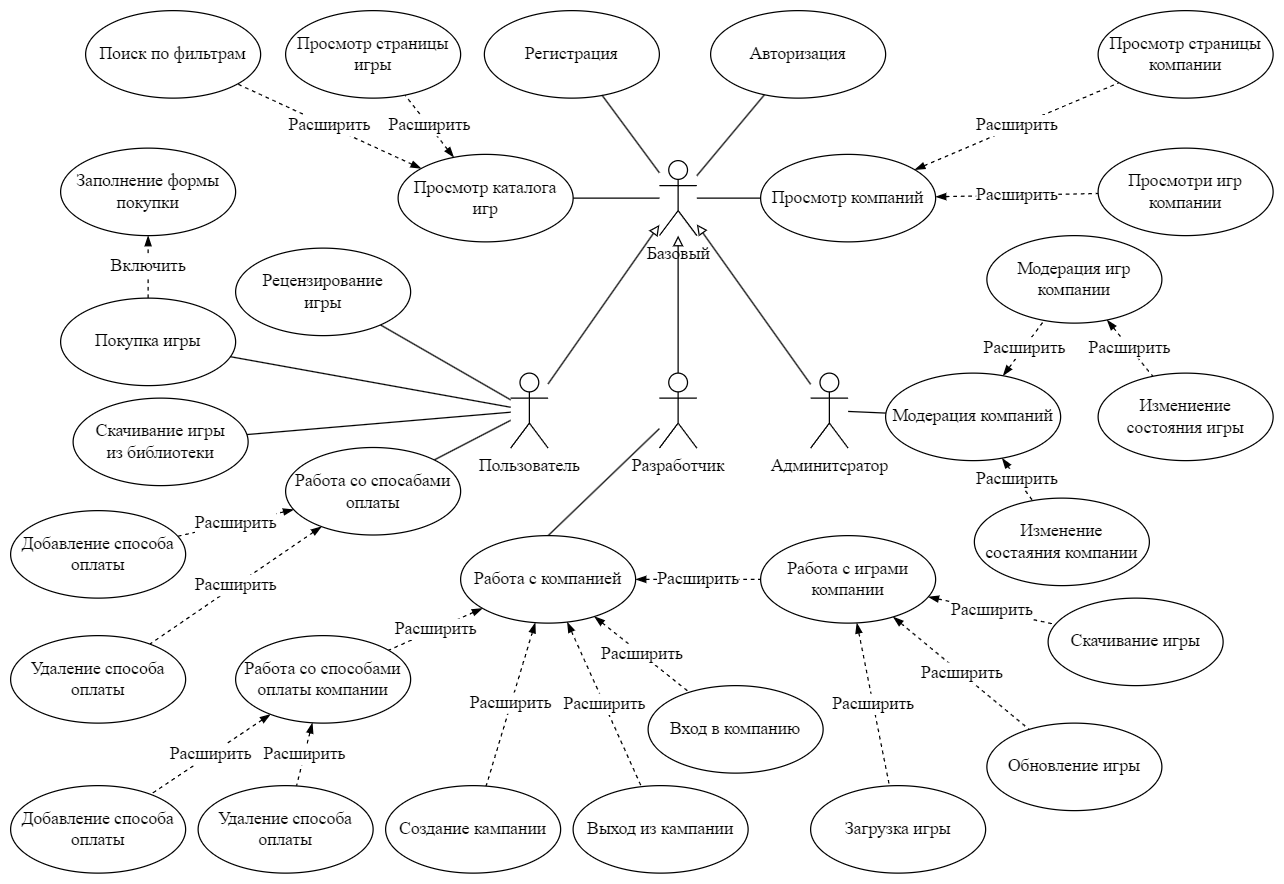
Earlier version of the draw.io export USE_CASE_UML.drawio.png (DioMain/Node.js-Cursovoi). Source tidied: cells renumbered, new cells last; positions are measured from the earlier drawing's top-left corner, leaving out a move shared by most shapes.
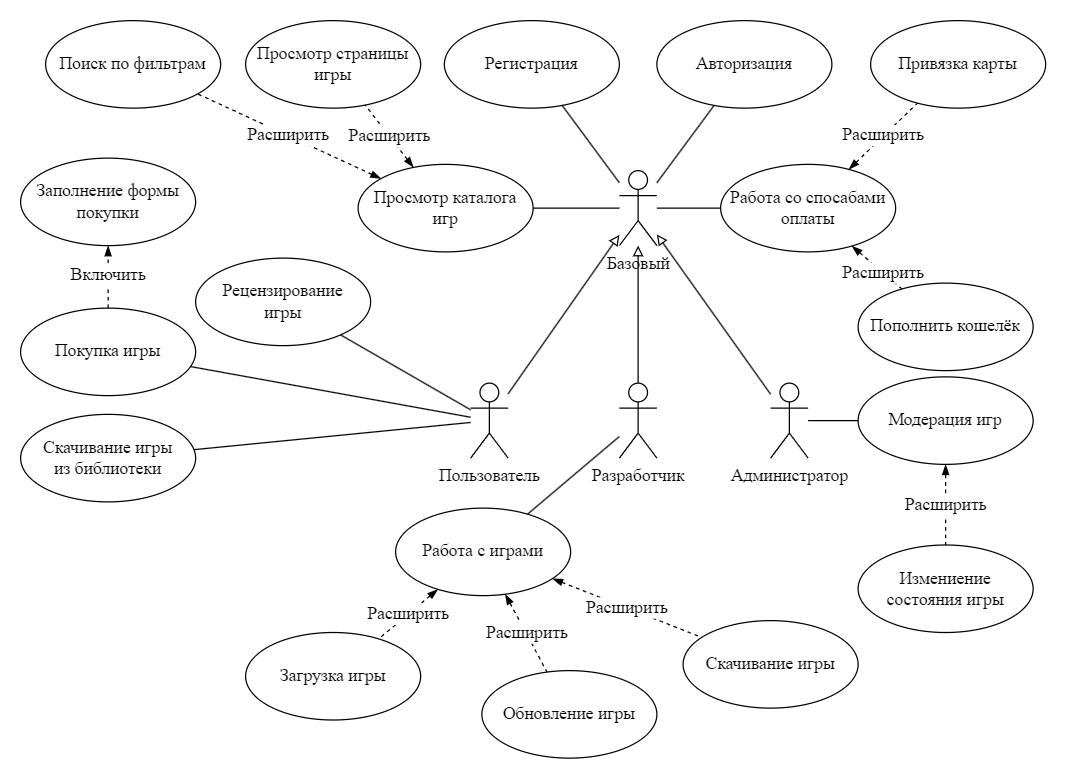
The same diagram one commit later.

What changed in the source:
```diff
@@ -16,5 +16,2 @@
     </mxCell>
-    <mxCell id="6" style="edgeStyle=none;shape=connector;rounded=0;jettySize=auto;html=1;labelBackgroundColor=default;strokeColor=default;align=center;verticalAlign=middle;fontFamily=Helvetica;fontSize=11;fontColor=default;endArrow=none;endFill=0;" parent="1" edge="1" source="7" target="61">
-      <mxGeometry relative="1" as="geometry" />
-    </mxCell>
     <mxCell id="7" value="Пользователь" style="shape=umlActor;verticalLabelPosition=bottom;verticalAlign=top;html=1;fontFamily=Times New Roman;fontSize=14;" parent="1" vertex="1">
@@ -22,3 +19,3 @@
     </mxCell>
-    <mxCell id="8" style="edgeStyle=none;shape=connector;rounded=0;jettySize=auto;html=1;labelBackgroundColor=default;strokeColor=default;align=center;verticalAlign=middle;fontFamily=Helvetica;fontSize=11;fontColor=default;endArrow=none;endFill=0;" parent="1" edge="1" source="10" target="38">
+    <mxCell id="8" style="edgeStyle=none;shape=connector;rounded=0;jettySize=auto;html=1;labelBackgroundColor=default;strokeColor=default;align=center;verticalAlign=middle;fontFamily=Helvetica;fontSize=11;fontColor=default;endArrow=none;endFill=0;" parent="1" edge="1" source="10" target="51">
       <mxGeometry relative="1" as="geometry" />
@@ -28,8 +25,5 @@
     </mxCell>
-    <mxCell id="10" value="Админитсратор" style="shape=umlActor;verticalLabelPosition=bottom;verticalAlign=top;html=1;fontFamily=Times New Roman;fontSize=14;" parent="1" vertex="1">
+    <mxCell id="10" value="Администратор" style="shape=umlActor;verticalLabelPosition=bottom;verticalAlign=top;html=1;fontFamily=Times New Roman;fontSize=14;" parent="1" vertex="1">
       <mxGeometry x="640" y="290" width="30" height="60" as="geometry" />
     </mxCell>
-    <mxCell id="11" style="edgeStyle=none;shape=connector;rounded=0;jettySize=auto;html=1;entryX=0.5;entryY=0;entryDx=0;entryDy=0;labelBackgroundColor=default;strokeColor=default;align=center;verticalAlign=middle;fontFamily=Helvetica;fontSize=11;fontColor=default;endArrow=none;endFill=0;" parent="1" edge="1" source="13" target="32">
-      <mxGeometry relative="1" as="geometry" />
-    </mxCell>
     <mxCell id="12" style="edgeStyle=none;shape=connector;rounded=0;jettySize=auto;html=1;labelBackgroundColor=default;strokeColor=default;align=center;verticalAlign=middle;fontFamily=Helvetica;fontSize=11;fontColor=default;endArrow=block;endFill=0;" parent="1" edge="1" source="13" target="20">
@@ -37,2 +31,5 @@
     </mxCell>
+    <mxCell id="69" style="edgeStyle=none;rounded=0;jettySize=auto;html=1;endArrow=none;endFill=0;" parent="1" edge="1" source="13" target="42">
+      <mxGeometry relative="1" as="geometry" />
+    </mxCell>
     <mxCell id="13" value="Разработчик" style="shape=umlActor;verticalLabelPosition=bottom;verticalAlign=top;html=1;fontFamily=Times New Roman;fontSize=14;" parent="1" vertex="1">
@@ -44,3 +41,3 @@
     <mxCell id="15" value="Авторизация" style="ellipse;whiteSpace=wrap;html=1;fontFamily=Times New Roman;fontSize=14;" parent="1" vertex="1">
-      <mxGeometry x="560" width="140" height="70" as="geometry" />
+      <mxGeometry x="549" width="140" height="70" as="geometry" />
     </mxCell>
@@ -55,5 +52,5 @@
     </mxCell>
-    <mxCell id="19" style="edgeStyle=none;shape=connector;rounded=0;jettySize=auto;html=1;labelBackgroundColor=default;strokeColor=default;align=center;verticalAlign=middle;fontFamily=Helvetica;fontSize=11;fontColor=default;endArrow=none;endFill=0;" parent="1" edge="1" source="20" target="45">
-      <mxGeometry relative="1" as="geometry" />
-    </mxCell>
+    <mxCell id="70" style="edgeStyle=none;rounded=0;jettySize=auto;html=1;endArrow=none;endFill=0;" parent="1" edge="1" source="20" target="61">
+      <mxGeometry relative="1" as="geometry" />
+    </mxCell>
     <mxCell id="20" value="Базовый" style="shape=umlActor;verticalLabelPosition=bottom;verticalAlign=top;html=1;fontFamily=Times New Roman;fontSize=14;" parent="1" vertex="1">
@@ -77,40 +74,9 @@
     <mxCell id="26" value="Скачивание игры&lt;br&gt;из библиотеки" style="ellipse;whiteSpace=wrap;html=1;fontFamily=Times New Roman;fontSize=14;" parent="1" vertex="1">
-      <mxGeometry x="50" y="310" width="140" height="70" as="geometry" />
+      <mxGeometry x="40" y="315" width="140" height="70" as="geometry" />
     </mxCell>
-    <mxCell id="27" value="Расширить" style="edgeStyle=none;shape=connector;rounded=0;jettySize=auto;html=1;labelBackgroundColor=default;strokeColor=default;align=center;verticalAlign=middle;fontFamily=Times New Roman;fontSize=14;fontColor=default;endArrow=none;endFill=0;dashed=1;startArrow=blockThin;startFill=1;" parent="1" edge="1" source="32" target="42">
-      <mxGeometry relative="1" as="geometry" />
-    </mxCell>
-    <mxCell id="28" value="Расширить" style="edgeStyle=none;shape=connector;rounded=0;jettySize=auto;html=1;labelBackgroundColor=default;strokeColor=default;align=center;verticalAlign=middle;fontFamily=Times New Roman;fontSize=14;fontColor=default;endArrow=none;endFill=0;dashed=1;startArrow=blockThin;startFill=1;" parent="1" edge="1" source="32" target="33">
-      <mxGeometry x="-0.01" relative="1" as="geometry" />
-    </mxCell>
-    <mxCell id="29" value="Расширить" style="edgeStyle=none;shape=connector;rounded=0;jettySize=auto;html=1;labelBackgroundColor=default;strokeColor=default;align=center;verticalAlign=middle;fontFamily=Times New Roman;fontSize=14;fontColor=default;endArrow=none;endFill=0;dashed=1;startArrow=blockThin;startFill=1;" parent="1" edge="1" source="32" target="34">
-      <mxGeometry relative="1" as="geometry" />
-    </mxCell>
-    <mxCell id="30" value="&lt;span style=&quot;color: rgb(0, 0, 0); font-size: 14px; font-style: normal; font-variant-ligatures: normal; font-variant-caps: normal; font-weight: 400; letter-spacing: normal; orphans: 2; text-align: center; text-indent: 0px; text-transform: none; widows: 2; word-spacing: 0px; -webkit-text-stroke-width: 0px; background-color: rgb(255, 255, 255); text-decoration-thickness: initial; text-decoration-style: initial; text-decoration-color: initial; float: none; display: inline !important;&quot;&gt;Расширить&lt;/span&gt;" style="edgeStyle=none;shape=connector;rounded=0;jettySize=auto;html=1;labelBackgroundColor=default;strokeColor=default;align=center;verticalAlign=middle;fontFamily=Times New Roman;fontSize=14;fontColor=default;endArrow=none;endFill=0;dashed=1;startArrow=blockThin;startFill=1;" parent="1" edge="1" source="32" target="35">
-      <mxGeometry relative="1" as="geometry" />
-    </mxCell>
-    <mxCell id="31" value="Расширить" style="edgeStyle=none;shape=connector;rounded=0;jettySize=auto;html=1;dashed=1;labelBackgroundColor=default;strokeColor=default;align=center;verticalAlign=middle;fontFamily=Times New Roman;fontSize=14;fontColor=default;endArrow=none;endFill=0;startArrow=blockThin;startFill=1;" parent="1" edge="1" source="32" target="66">
-      <mxGeometry relative="1" as="geometry" />
-    </mxCell>
-    <mxCell id="32" value="Работа с компанией" style="ellipse;whiteSpace=wrap;html=1;fontFamily=Times New Roman;fontSize=14;" parent="1" vertex="1">
-      <mxGeometry x="360" y="420" width="140" height="70" as="geometry" />
-    </mxCell>
-    <mxCell id="33" value="Создание кампании" style="ellipse;whiteSpace=wrap;html=1;fontFamily=Times New Roman;fontSize=14;" parent="1" vertex="1">
-      <mxGeometry x="300" y="620" width="140" height="70" as="geometry" />
-    </mxCell>
-    <mxCell id="34" value="Вход в компанию" style="ellipse;whiteSpace=wrap;html=1;fontFamily=Times New Roman;fontSize=14;" parent="1" vertex="1">
-      <mxGeometry x="510" y="540" width="140" height="70" as="geometry" />
-    </mxCell>
-    <mxCell id="35" value="Выход из кампании" style="ellipse;whiteSpace=wrap;html=1;fontFamily=Times New Roman;fontSize=14;" parent="1" vertex="1">
-      <mxGeometry x="450" y="620" width="140" height="70" as="geometry" />
-    </mxCell>
-    <mxCell id="36" value="&lt;span style=&quot;color: rgb(0, 0, 0); font-family: &amp;quot;Times New Roman&amp;quot;; font-size: 14px; font-style: normal; font-variant-ligatures: normal; font-variant-caps: normal; font-weight: 400; letter-spacing: normal; orphans: 2; text-align: center; text-indent: 0px; text-transform: none; widows: 2; word-spacing: 0px; -webkit-text-stroke-width: 0px; background-color: rgb(255, 255, 255); text-decoration-thickness: initial; text-decoration-style: initial; text-decoration-color: initial; float: none; display: inline !important;&quot;&gt;Расширить&lt;/span&gt;" style="edgeStyle=none;shape=connector;rounded=0;jettySize=auto;html=1;labelBackgroundColor=default;strokeColor=default;align=center;verticalAlign=middle;fontFamily=Times New Roman;fontSize=14;fontColor=default;endArrow=none;endFill=0;dashed=1;startArrow=blockThin;startFill=1;" parent="1" edge="1" source="38" target="51">
-      <mxGeometry relative="1" as="geometry" />
-    </mxCell>
-    <mxCell id="37" value="Расширить" style="edgeStyle=none;shape=connector;rounded=0;jettySize=auto;html=1;labelBackgroundColor=default;strokeColor=default;align=center;verticalAlign=middle;fontFamily=Times New Roman;fontSize=14;fontColor=default;endArrow=none;endFill=0;dashed=1;startArrow=blockThin;startFill=1;" parent="1" edge="1" source="38" target="53">
-      <mxGeometry relative="1" as="geometry" />
+    <mxCell id="37" value="Расширить" style="edgeStyle=none;shape=connector;rounded=0;orthogonalLoop=1;jettySize=auto;html=1;labelBackgroundColor=default;strokeColor=default;align=center;verticalAlign=middle;fontFamily=Times New Roman;fontSize=14;fontColor=default;endArrow=none;endFill=0;dashed=1;startArrow=blockThin;startFill=1;" parent="1" edge="1">
+      <mxGeometry relative="1" as="geometry">
+        <mxPoint x="793.5" y="358" as="sourcePoint" />
+      </mxGeometry>
     </mxCell>
-    <mxCell id="38" value="Модерация компаний" style="ellipse;whiteSpace=wrap;html=1;fontFamily=Times New Roman;fontSize=14;" parent="1" vertex="1">
-      <mxGeometry x="700" y="290" width="140" height="70" as="geometry" />
-    </mxCell>
     <mxCell id="39" value="Расширить" style="edgeStyle=none;shape=connector;rounded=0;jettySize=auto;html=1;labelBackgroundColor=default;strokeColor=default;align=center;verticalAlign=middle;fontFamily=Times New Roman;fontSize=14;fontColor=default;endArrow=none;endFill=0;dashed=1;startArrow=blockThin;startFill=1;" parent="1" edge="1" source="42" target="47">
@@ -124,22 +90,23 @@
     </mxCell>
-    <mxCell id="42" value="Работа с играми&lt;br&gt;компании" style="ellipse;whiteSpace=wrap;html=1;fontFamily=Times New Roman;fontSize=14;" parent="1" vertex="1">
-      <mxGeometry x="600" y="420" width="140" height="70" as="geometry" />
+    <mxCell id="42" value="Работа с играми" style="ellipse;whiteSpace=wrap;html=1;fontFamily=Times New Roman;fontSize=14;" parent="1" vertex="1">
+      <mxGeometry x="340" y="390" width="140" height="70" as="geometry" />
     </mxCell>
-    <mxCell id="43" value="Расширить" style="edgeStyle=none;shape=connector;rounded=0;jettySize=auto;html=1;labelBackgroundColor=default;strokeColor=default;align=center;verticalAlign=middle;fontFamily=Times New Roman;fontSize=14;fontColor=default;endArrow=none;endFill=0;dashed=1;startArrow=blockThin;startFill=1;" parent="1" edge="1" source="45" target="57">
-      <mxGeometry relative="1" as="geometry" />
+    <mxCell id="43" value="Расширить" style="edgeStyle=none;shape=connector;rounded=0;orthogonalLoop=1;jettySize=auto;html=1;labelBackgroundColor=default;strokeColor=default;align=center;verticalAlign=middle;fontFamily=Times New Roman;fontSize=14;fontColor=default;endArrow=none;endFill=0;dashed=1;startArrow=blockThin;startFill=1;" parent="1" edge="1">
+      <mxGeometry relative="1" as="geometry">
+        <mxPoint x="870" y="146.3" as="targetPoint" />
+      </mxGeometry>
     </mxCell>
-    <mxCell id="44" value="Расширить" style="edgeStyle=none;shape=connector;rounded=0;jettySize=auto;html=1;dashed=1;labelBackgroundColor=default;strokeColor=default;align=center;verticalAlign=middle;fontFamily=Times New Roman;fontSize=14;fontColor=default;endArrow=none;endFill=0;startArrow=blockThin;startFill=1;" parent="1" edge="1" source="45" target="56">
-      <mxGeometry relative="1" as="geometry" />
+    <mxCell id="44" value="Расширить" style="edgeStyle=none;shape=connector;rounded=0;orthogonalLoop=1;jettySize=auto;html=1;dashed=1;labelBackgroundColor=default;strokeColor=default;align=center;verticalAlign=middle;fontFamily=Times New Roman;fontSize=14;fontColor=default;endArrow=none;endFill=0;startArrow=blockThin;startFill=1;" parent="1" edge="1">
+      <mxGeometry relative="1" as="geometry">
+        <mxPoint x="886.6" y="57.6" as="targetPoint" />
+      </mxGeometry>
     </mxCell>
-    <mxCell id="45" value="Просмотр компаний" style="ellipse;whiteSpace=wrap;html=1;fontFamily=Times New Roman;fontSize=14;" parent="1" vertex="1">
-      <mxGeometry x="600" y="115" width="140" height="70" as="geometry" />
-    </mxCell>
     <mxCell id="46" value="Загрузка игры" style="ellipse;whiteSpace=wrap;html=1;fontFamily=Times New Roman;fontSize=14;" parent="1" vertex="1">
-      <mxGeometry x="640" y="620" width="140" height="70" as="geometry" />
+      <mxGeometry x="220" y="489.5" width="140" height="70" as="geometry" />
     </mxCell>
     <mxCell id="47" value="Скачивание игры" style="ellipse;whiteSpace=wrap;html=1;fontFamily=Times New Roman;fontSize=14;" parent="1" vertex="1">
-      <mxGeometry x="830" y="470" width="140" height="70" as="geometry" />
+      <mxGeometry x="570" y="480" width="140" height="70" as="geometry" />
     </mxCell>
     <mxCell id="48" value="Обновление игры" style="ellipse;whiteSpace=wrap;html=1;fontFamily=Times New Roman;fontSize=14;" parent="1" vertex="1">
-      <mxGeometry x="781" y="570" width="140" height="70" as="geometry" />
+      <mxGeometry x="409" y="520" width="140" height="70" as="geometry" />
     </mxCell>
@@ -151,11 +118,8 @@
     </mxCell>
-    <mxCell id="51" value="Модерация игр&lt;br&gt;компании" style="ellipse;whiteSpace=wrap;html=1;fontFamily=Times New Roman;fontSize=14;" parent="1" vertex="1">
-      <mxGeometry x="781" y="180" width="140" height="70" as="geometry" />
+    <mxCell id="51" value="Модерация игр" style="ellipse;whiteSpace=wrap;html=1;fontFamily=Times New Roman;fontSize=14;" parent="1" vertex="1">
+      <mxGeometry x="710" y="285" width="140" height="70" as="geometry" />
     </mxCell>
     <mxCell id="52" value="Измениение&lt;br&gt;состояния игры" style="ellipse;whiteSpace=wrap;html=1;fontFamily=Times New Roman;fontSize=14;" parent="1" vertex="1">
-      <mxGeometry x="870" y="290" width="140" height="70" as="geometry" />
+      <mxGeometry x="710" y="419.5" width="140" height="70" as="geometry" />
     </mxCell>
-    <mxCell id="53" value="Изменение&lt;br&gt;состаяния компании" style="ellipse;whiteSpace=wrap;html=1;fontFamily=Times New Roman;fontSize=14;" parent="1" vertex="1">
-      <mxGeometry x="771" y="390" width="140" height="70" as="geometry" />
-    </mxCell>
     <mxCell id="54" value="Поиск по фильтрам" style="ellipse;whiteSpace=wrap;html=1;fontFamily=Times New Roman;fontSize=14;" parent="1" vertex="1">
@@ -166,8 +130,2 @@
     </mxCell>
-    <mxCell id="56" value="Просмотр страницы&lt;br&gt;компании" style="ellipse;whiteSpace=wrap;html=1;fontFamily=Times New Roman;fontSize=14;" parent="1" vertex="1">
-      <mxGeometry x="870" width="140" height="70" as="geometry" />
-    </mxCell>
-    <mxCell id="57" value="Просмотри игр&lt;br&gt;компании" style="ellipse;whiteSpace=wrap;html=1;fontFamily=Times New Roman;fontSize=14;" parent="1" vertex="1">
-      <mxGeometry x="870" y="110" width="140" height="70" as="geometry" />
-    </mxCell>
     <mxCell id="58" value="Заполнение формы&lt;br&gt;покупки" style="ellipse;whiteSpace=wrap;html=1;fontFamily=Times New Roman;fontSize=14;" parent="1" vertex="1">
@@ -178,29 +136,29 @@
     </mxCell>
-    <mxCell id="60" value="Расширить" style="edgeStyle=none;shape=connector;rounded=0;jettySize=auto;html=1;dashed=1;labelBackgroundColor=default;strokeColor=default;align=center;verticalAlign=middle;fontFamily=Times New Roman;fontSize=14;fontColor=default;endArrow=none;endFill=0;startArrow=blockThin;startFill=1;" parent="1" edge="1" source="61" target="63">
-      <mxGeometry relative="1" as="geometry" />
-    </mxCell>
+    <mxCell id="71" style="edgeStyle=none;shape=connector;rounded=0;jettySize=auto;html=1;dashed=1;labelBackgroundColor=default;strokeColor=default;align=center;verticalAlign=middle;fontFamily=Times New Roman;fontSize=14;fontColor=default;startArrow=blockThin;startFill=1;endArrow=none;endFill=0;" parent="1" edge="1" source="61" target="73">
+      <mxGeometry relative="1" as="geometry" />
+    </mxCell>
+    <mxCell id="72" value="Расширить" style="edgeLabel;html=1;align=center;verticalAlign=middle;fontSize=14;fontFamily=Times New Roman;fontColor=default;" parent="71" vertex="1">
+      <mxGeometry x="0.22" y="-3" relative="1" as="geometry">
+        <mxPoint x="1" y="-3" as="offset" />
+      </mxGeometry>
+    </mxCell>
     <mxCell id="61" value="Работа со спосабами&lt;br&gt;оплаты" style="ellipse;whiteSpace=wrap;html=1;fontFamily=Times New Roman;fontSize=14;" parent="1" vertex="1">
-      <mxGeometry x="220" y="349.5" width="140" height="70" as="geometry" />
+      <mxGeometry x="600" y="115" width="140" height="70" as="geometry" />
     </mxCell>
-    <mxCell id="62" value="Добавление способа&lt;br&gt;оплаты" style="ellipse;whiteSpace=wrap;html=1;fontFamily=Times New Roman;fontSize=14;" parent="1" vertex="1">
-      <mxGeometry y="400" width="140" height="70" as="geometry" />
+    <mxCell id="62" value="Привязка карты" style="ellipse;whiteSpace=wrap;html=1;fontFamily=Times New Roman;fontSize=14;" parent="1" vertex="1">
+      <mxGeometry x="720" width="140" height="70" as="geometry" />
     </mxCell>
-    <mxCell id="63" value="Удаление способа&lt;br&gt;оплаты" style="ellipse;whiteSpace=wrap;html=1;fontFamily=Times New Roman;fontSize=14;" parent="1" vertex="1">
-      <mxGeometry y="500" width="140" height="70" as="geometry" />
-    </mxCell>
-    <mxCell id="64" value="Расширить" style="edgeStyle=none;shape=connector;rounded=0;jettySize=auto;html=1;dashed=1;labelBackgroundColor=default;strokeColor=default;align=center;verticalAlign=middle;fontFamily=Times New Roman;fontSize=14;fontColor=default;endArrow=none;endFill=0;startArrow=blockThin;startFill=1;" parent="1" edge="1" source="66" target="67">
-      <mxGeometry relative="1" as="geometry" />
+    <mxCell id="64" value="Расширить" style="edgeStyle=none;shape=connector;rounded=0;orthogonalLoop=1;jettySize=auto;html=1;dashed=1;labelBackgroundColor=default;strokeColor=default;align=center;verticalAlign=middle;fontFamily=Times New Roman;fontSize=14;fontColor=default;endArrow=none;endFill=0;startArrow=blockThin;startFill=1;" parent="1" edge="1">
+      <mxGeometry relative="1" as="geometry">
+        <mxPoint x="207.9" y="563" as="sourcePoint" />
+      </mxGeometry>
     </mxCell>
-    <mxCell id="65" value="Расширить" style="edgeStyle=none;shape=connector;rounded=0;jettySize=auto;html=1;dashed=1;labelBackgroundColor=default;strokeColor=default;align=center;verticalAlign=middle;fontFamily=Times New Roman;fontSize=14;fontColor=default;endArrow=none;endFill=0;startArrow=blockThin;startFill=1;" parent="1" edge="1" source="66" target="68">
-      <mxGeometry relative="1" as="geometry" />
+    <mxCell id="65" value="Расширить" style="edgeStyle=none;shape=connector;rounded=0;orthogonalLoop=1;jettySize=auto;html=1;dashed=1;labelBackgroundColor=default;strokeColor=default;align=center;verticalAlign=middle;fontFamily=Times New Roman;fontSize=14;fontColor=default;endArrow=none;endFill=0;startArrow=blockThin;startFill=1;" parent="1" edge="1">
+      <mxGeometry relative="1" as="geometry">
+        <mxPoint x="228.7" y="620.3" as="targetPoint" />
+      </mxGeometry>
     </mxCell>
-    <mxCell id="66" value="Работа со способами&lt;br&gt;оплаты компании" style="ellipse;whiteSpace=wrap;html=1;fontFamily=Times New Roman;fontSize=14;" parent="1" vertex="1">
-      <mxGeometry x="180" y="500" width="140" height="70" as="geometry" />
-    </mxCell>
-    <mxCell id="67" value="Добавление способа&lt;br style=&quot;border-color: var(--border-color);&quot;&gt;оплаты" style="ellipse;whiteSpace=wrap;html=1;fontFamily=Times New Roman;fontSize=14;" parent="1" vertex="1">
-      <mxGeometry y="620" width="140" height="70" as="geometry" />
-    </mxCell>
-    <mxCell id="68" value="Удаление способа&lt;br style=&quot;border-color: var(--border-color);&quot;&gt;оплаты" style="ellipse;whiteSpace=wrap;html=1;fontFamily=Times New Roman;fontSize=14;" parent="1" vertex="1">
-      <mxGeometry x="150" y="620" width="140" height="70" as="geometry" />
-    </mxCell>
+    <mxCell id="73" value="Пополнить кошелёк" style="ellipse;whiteSpace=wrap;html=1;fontFamily=Times New Roman;fontSize=14;" parent="1" vertex="1">
+      <mxGeometry x="710" y="210" width="140" height="70" as="geometry" />
+    </mxCell>
   </root>
```
